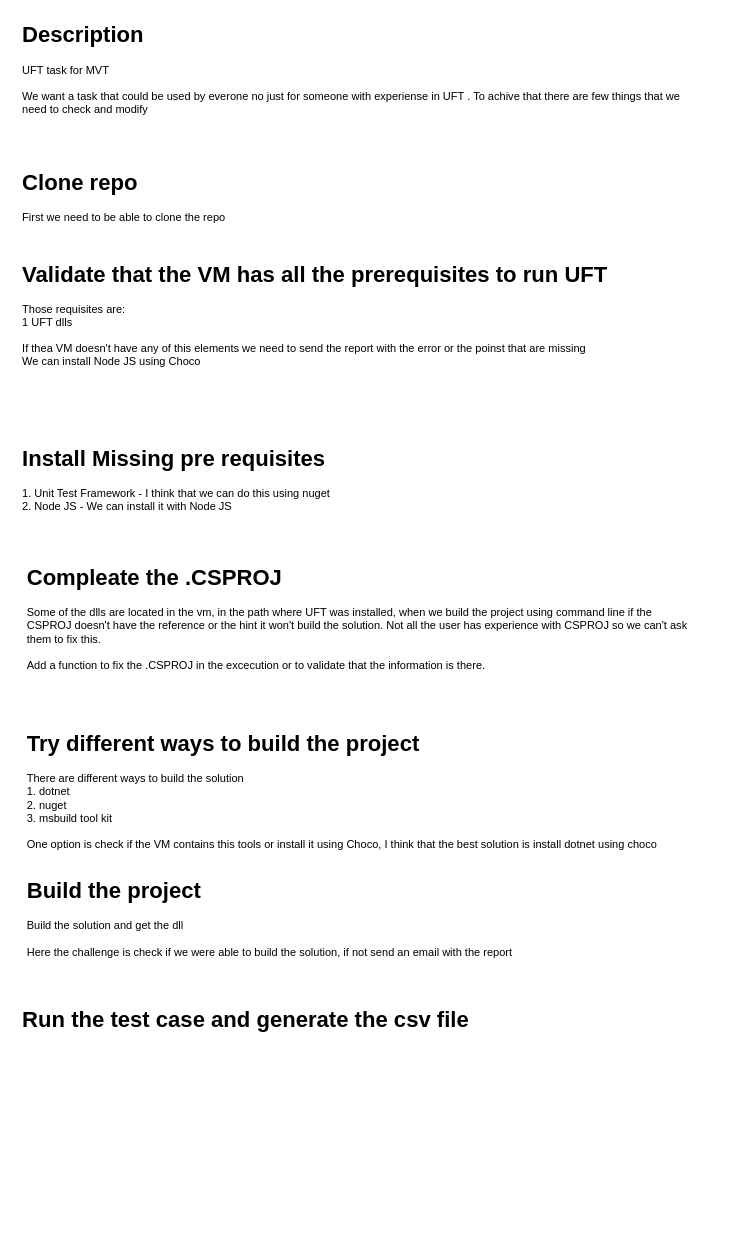
This is page "Description" (1 of 2) of Plan.drawio from Daniel-V-aspen/ufttask, a draw.io file, before an edit. Source tidied: cells renumbered, new cells numbered last; positions are measured from the earlier drawing's top-left corner, leaving out a move shared by most shapes. Both pictures are drawn from the tidied source at 92%, with x=0, y=0 at pixel (20, 16).
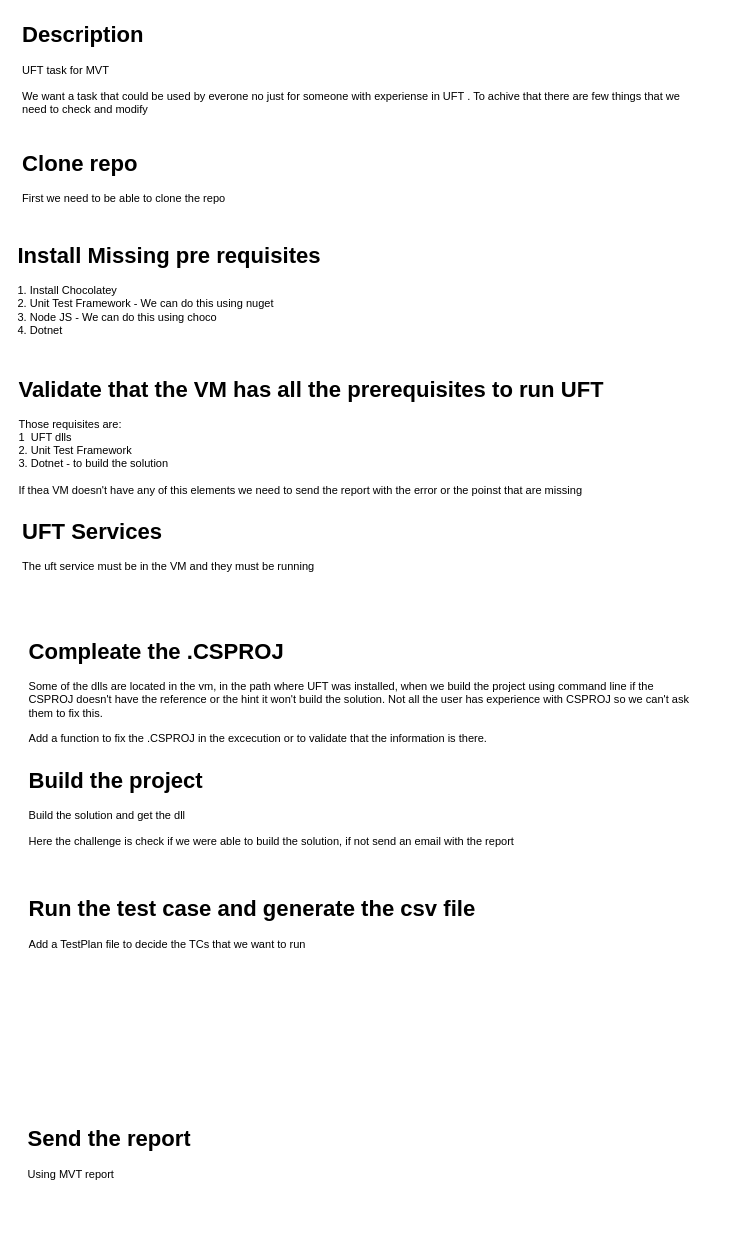
The same diagram, later.

Change to the diagram source:
```diff
@@
 <mxGraphModel>
   <root>
     <mxCell id="0" />
     <mxCell id="1" parent="0" />
     <mxCell id="2" value="&lt;h1 style=&quot;margin-top: 0px;&quot;&gt;Description&lt;/h1&gt;&lt;div&gt;UFT task for MVT&lt;/div&gt;&lt;div&gt;&lt;br&gt;&lt;/div&gt;&lt;div&gt;We want a task that could be used by everone no just for someone with experiense in UFT . To achive that there are few things that we need to check and modify&lt;/div&gt;&lt;div&gt;&lt;br&gt;&lt;/div&gt;" style="text;html=1;whiteSpace=wrap;overflow=hidden;rounded=0;" parent="1" vertex="1">
       <mxGeometry width="740" height="120" as="geometry" />
     </mxCell>
     <mxCell id="3" value="&lt;h1 style=&quot;margin-top: 0px;&quot;&gt;Clone repo&lt;/h1&gt;&lt;div&gt;First we need to be able to clone the repo&lt;/div&gt;" style="text;html=1;whiteSpace=wrap;overflow=hidden;rounded=0;" parent="1" vertex="1">
-      <mxGeometry y="160" width="740" height="120" as="geometry" />
+      <mxGeometry y="140" width="740" height="90" as="geometry" />
     </mxCell>
-    <mxCell id="4" value="&lt;h1 style=&quot;margin-top: 0px;&quot;&gt;Validate that the VM has all the prerequisites to run UFT&lt;/h1&gt;&lt;div&gt;Those requisites are:&lt;/div&gt;&lt;div&gt;&lt;span style=&quot;background-color: initial;&quot;&gt;1 UFT dlls&lt;/span&gt;&lt;/div&gt;&lt;div&gt;&lt;br&gt;&lt;/div&gt;&lt;div&gt;If thea VM doesn't have any of this elements we need to send the report with the error or the poinst that are missing&lt;/div&gt;&lt;div&gt;We can install Node JS using Choco&lt;/div&gt;" style="text;html=1;whiteSpace=wrap;overflow=hidden;rounded=0;" parent="1" vertex="1">
-      <mxGeometry y="260" width="780" height="190" as="geometry" />
+    <mxCell id="4" value="&lt;h1 style=&quot;margin-top: 0px;&quot;&gt;Validate that the VM has all the prerequisites to run UFT&lt;/h1&gt;&lt;div&gt;Those requisites are:&lt;/div&gt;&lt;div&gt;&lt;span style=&quot;background-color: initial;&quot;&gt;1&amp;nbsp; UFT dlls&lt;/span&gt;&lt;/div&gt;&lt;div&gt;&lt;span style=&quot;background-color: initial;&quot;&gt;2. Unit Test Framework&lt;/span&gt;&lt;/div&gt;&lt;div&gt;&lt;span style=&quot;background-color: initial;&quot;&gt;3. Dotnet - to build the solution&amp;nbsp;&lt;/span&gt;&lt;/div&gt;&lt;div&gt;&lt;br&gt;&lt;/div&gt;&lt;div&gt;If thea VM doesn't have any of this elements we need to send the report with the error or the poinst that are missing&lt;/div&gt;" style="text;html=1;whiteSpace=wrap;overflow=hidden;rounded=0;" parent="1" vertex="1">
+      <mxGeometry x="-4" y="385" width="780" height="150" as="geometry" />
     </mxCell>
     <mxCell id="5" value="&lt;h1 style=&quot;margin-top: 0px;&quot;&gt;Compleate the .CSPROJ&lt;/h1&gt;&lt;div&gt;Some of the dlls are located in the vm, in the path where UFT was installed, when we build the project using command line if the CSPROJ doesn't have the reference or the hint it won't build the solution. Not all the user has experience with CSPROJ so we can't ask them to fix this.&lt;/div&gt;&lt;div&gt;&lt;br&gt;&lt;/div&gt;&lt;div&gt;Add a function to fix the .CSPROJ in the excecution or to validate that the information is there.&amp;nbsp;&lt;/div&gt;" style="text;html=1;whiteSpace=wrap;overflow=hidden;rounded=0;" parent="1" vertex="1">
-      <mxGeometry x="5" y="590" width="730" height="150" as="geometry" />
+      <mxGeometry x="7" y="670" width="730" height="150" as="geometry" />
     </mxCell>
-    <mxCell id="6" value="&lt;h1 style=&quot;margin-top: 0px;&quot;&gt;Try different ways to build the project&lt;/h1&gt;&lt;div&gt;There are different ways to build the solution&lt;/div&gt;&lt;div&gt;1. dotnet&lt;/div&gt;&lt;div&gt;2. nuget&lt;/div&gt;&lt;div&gt;3. msbuild tool kit&lt;/div&gt;&lt;div&gt;&lt;br&gt;&lt;/div&gt;&lt;div&gt;One option is check if the VM contains this tools or install it using Choco, I think that the best solution is install dotnet using choco&lt;/div&gt;&lt;div&gt;&lt;br&gt;&lt;/div&gt;" style="text;html=1;whiteSpace=wrap;overflow=hidden;rounded=0;" parent="1" vertex="1">
-      <mxGeometry x="5" y="770" width="760" height="190" as="geometry" />
-    </mxCell>
     <mxCell id="7" value="&lt;h1 style=&quot;margin-top: 0px;&quot;&gt;Build the project&lt;/h1&gt;&lt;div&gt;Build the solution and get the dll&lt;/div&gt;&lt;div&gt;&lt;br&gt;&lt;/div&gt;&lt;div&gt;Here the challenge is check if we were able to build the solution, if not send an email with the report&lt;/div&gt;" style="text;html=1;whiteSpace=wrap;overflow=hidden;rounded=0;" parent="1" vertex="1">
-      <mxGeometry x="5" y="930" width="770" height="120" as="geometry" />
+      <mxGeometry x="7" y="810" width="770" height="120" as="geometry" />
     </mxCell>
-    <mxCell id="8" value="&lt;h1 style=&quot;margin-top: 0px;&quot;&gt;Run the test case and generate the csv file&lt;/h1&gt;" style="text;html=1;whiteSpace=wrap;overflow=hidden;rounded=0;" parent="1" vertex="1">
-      <mxGeometry y="1070" width="770" height="120" as="geometry" />
+    <mxCell id="8" value="&lt;h1 style=&quot;margin-top: 0px;&quot;&gt;Run the test case and generate the csv file&lt;/h1&gt;&lt;div&gt;Add a TestPlan file to decide the TCs that we want to run&lt;/div&gt;" style="text;html=1;whiteSpace=wrap;overflow=hidden;rounded=0;" parent="1" vertex="1">
+      <mxGeometry x="7" y="950" width="770" height="130" as="geometry" />
     </mxCell>
-    <mxCell id="9" value="&lt;h1 style=&quot;margin-top: 0px;&quot;&gt;Install Missing pre requisites&lt;/h1&gt;&lt;div&gt;1. Unit Test Framework - I think that we can do this using nuget&lt;/div&gt;&lt;div&gt;2. Node JS - We can install it with Node JS&lt;/div&gt;" style="text;html=1;whiteSpace=wrap;overflow=hidden;rounded=0;" parent="1" vertex="1">
-      <mxGeometry y="460" width="760" height="120" as="geometry" />
+    <mxCell id="9" value="&lt;h1 style=&quot;margin-top: 0px;&quot;&gt;Install Missing pre requisites&lt;/h1&gt;&lt;div&gt;1. Install Chocolatey&lt;/div&gt;&lt;div&gt;2. Unit Test Framework - W&lt;span style=&quot;background-color: initial;&quot;&gt;e can do this using nuget&lt;/span&gt;&lt;/div&gt;&lt;div&gt;3. Node JS - We can do this using choco&lt;/div&gt;&lt;div&gt;4. Dotnet&lt;/div&gt;" style="text;html=1;whiteSpace=wrap;overflow=hidden;rounded=0;" parent="1" vertex="1">
+      <mxGeometry x="-5" y="240" width="760" height="120" as="geometry" />
     </mxCell>
+    <mxCell id="10" value="&lt;h1 style=&quot;margin-top: 0px;&quot;&gt;Send the report&lt;/h1&gt;&lt;div&gt;Using MVT report&lt;/div&gt;" style="text;html=1;whiteSpace=wrap;overflow=hidden;rounded=0;" parent="1" vertex="1">
+      <mxGeometry x="6" y="1200" width="747" height="120" as="geometry" />
+    </mxCell>
+    <mxCell id="11" value="&lt;h1 style=&quot;margin-top: 0px;&quot;&gt;UFT Services&lt;/h1&gt;&lt;div&gt;The uft service must be in the VM and they must be running&lt;/div&gt;" style="text;html=1;whiteSpace=wrap;overflow=hidden;rounded=0;" parent="1" vertex="1">
+      <mxGeometry y="540" width="750" height="120" as="geometry" />
+    </mxCell>
   </root>
 </mxGraphModel>
```
